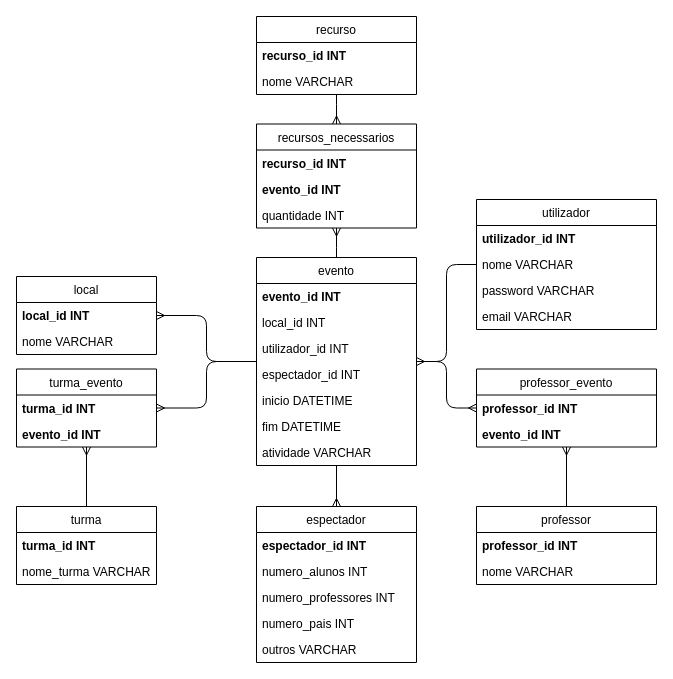
This is page "Page-2" (2 of 2) of Documentos/Modelo ER.drawio from AlexJeron/PAP, a draw.io file, before an edit. Source tidied: cells renumbered, new cells numbered last; positions are measured from the earlier drawing's top-left corner, leaving out a move shared by most shapes. Both pictures are drawn from the tidied source at 100%, with x=0, y=0 at pixel (16, 16).
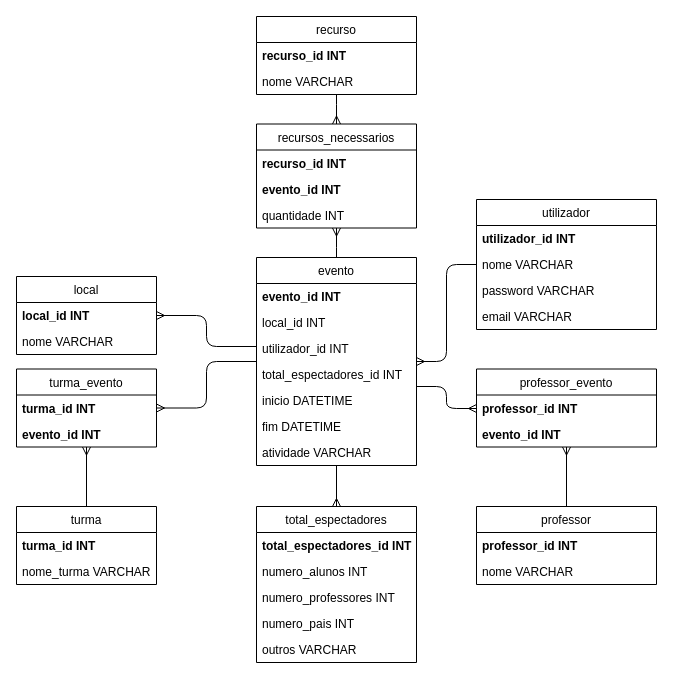
The same diagram, later.

The change refers to these unchanged cells:
```xml
<mxCell id="7" value="evento" style="swimlane;fontStyle=0;horizontal=1;startSize=26;fillColor=none;" parent="1" vertex="1">
  <mxGeometry x="240" y="241" width="160" height="208" as="geometry" />
</mxCell>
<mxCell id="15" value="local" style="swimlane;fontStyle=0;horizontal=1;startSize=26;fillColor=none;" parent="1" vertex="1">
  <mxGeometry y="260" width="140" height="78" as="geometry" />
</mxCell>
<mxCell id="24" value="professor_evento" style="swimlane;fontStyle=0;horizontal=1;startSize=26;fillColor=none;" parent="1" vertex="1">
  <mxGeometry x="460" y="352.5" width="180" height="78" as="geometry" />
</mxCell>
```

What changed in the source:
```diff
@@
     <mxCell id="4" style="edgeStyle=orthogonalEdgeStyle;rounded=1;jettySize=auto;html=1;startArrow=none;startFill=0;endArrow=ERmany;endFill=0;strokeColor=#000000;" parent="1" edge="1" source="7" target="24">
-      <mxGeometry relative="1" as="geometry" />
+      <mxGeometry relative="1" as="geometry">
+        <Array as="points">
+          <mxPoint x="430" y="370" />
+          <mxPoint x="430" y="392" />
+        </Array>
+      </mxGeometry>
     </mxCell>
@@
     <mxCell id="6" style="edgeStyle=orthogonalEdgeStyle;rounded=1;jettySize=auto;html=1;endArrow=ERmany;endFill=0;" parent="1" edge="1" source="7" target="15">
-      <mxGeometry relative="1" as="geometry" />
+      <mxGeometry relative="1" as="geometry">
+        <Array as="points">
+          <mxPoint x="190" y="330" />
+          <mxPoint x="190" y="299" />
+        </Array>
+      </mxGeometry>
     </mxCell>
@@
-    <mxCell id="11" value="espectador_id INT" style="text;strokeColor=none;fillColor=none;align=left;verticalAlign=top;spacingLeft=4;spacingRight=4;overflow=hidden;" parent="7" vertex="1">
+    <mxCell id="11" value="total_espectadores_id INT" style="text;strokeColor=none;fillColor=none;align=left;verticalAlign=top;spacingLeft=4;spacingRight=4;overflow=hidden;" parent="7" vertex="1">
       <mxGeometry y="104" width="160" height="26" as="geometry" />
     </mxCell>
@@
-    <mxCell id="46" value="espectador" style="swimlane;fontStyle=0;horizontal=1;startSize=26;fillColor=none;" parent="1" vertex="1">
+    <mxCell id="46" value="total_espectadores" style="swimlane;fontStyle=0;horizontal=1;startSize=26;fillColor=none;" parent="1" vertex="1">
       <mxGeometry x="240" y="490" width="160" height="156" as="geometry" />
     </mxCell>
-    <mxCell id="47" value="espectador_id INT" style="text;strokeColor=none;fillColor=none;align=left;verticalAlign=top;spacingLeft=4;spacingRight=4;overflow=hidden;fontStyle=1;" parent="46" vertex="1">
+    <mxCell id="47" value="total_espectadores_id INT" style="text;strokeColor=none;fillColor=none;align=left;verticalAlign=top;spacingLeft=4;spacingRight=4;overflow=hidden;fontStyle=1;" parent="46" vertex="1">
       <mxGeometry y="26" width="160" height="26" as="geometry" />
     </mxCell>
```
